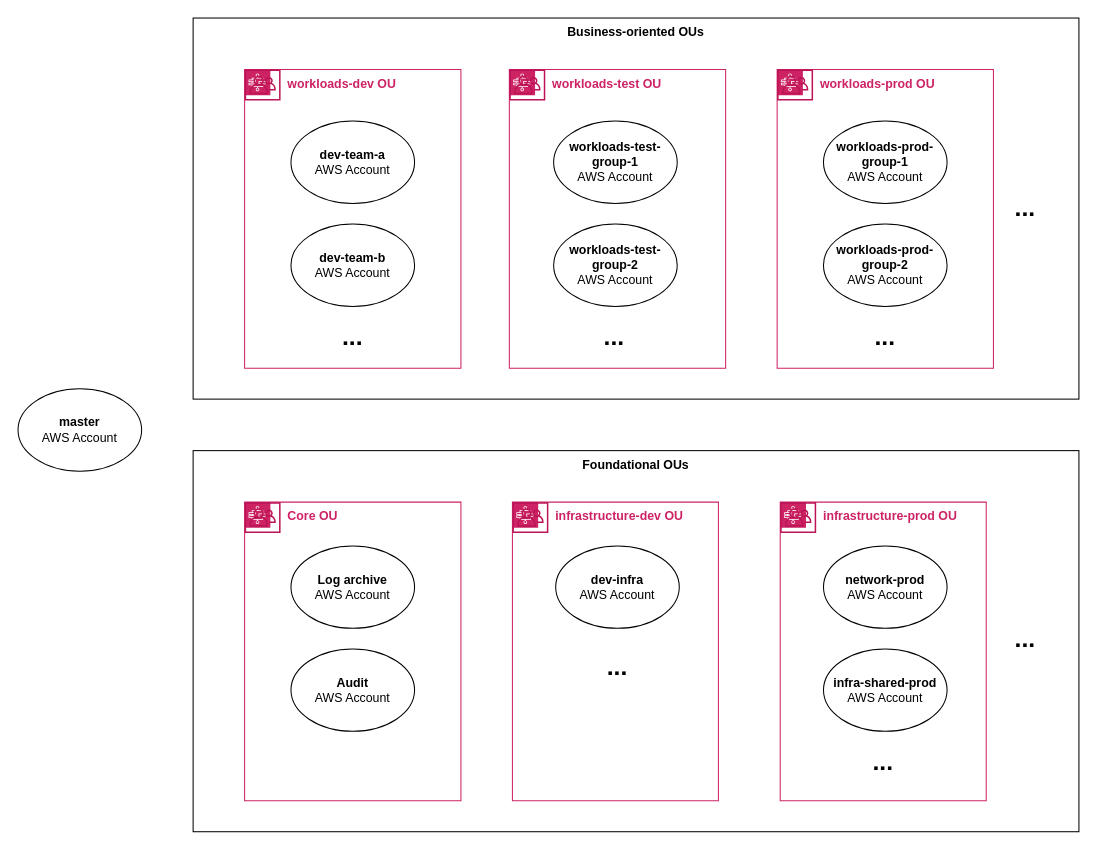
Above: drawings/aws-accounts-ous.drawio in aws-samples/aws-get-started-workshop (draw.io), before the change. Source tidied: cells renumbered, new cells numbered last; positions are measured from the earlier drawing's top-left corner, leaving out a move shared by most shapes. Both pictures are drawn from the tidied source at 103%, with x=0, y=0 at pixel (18, 18).
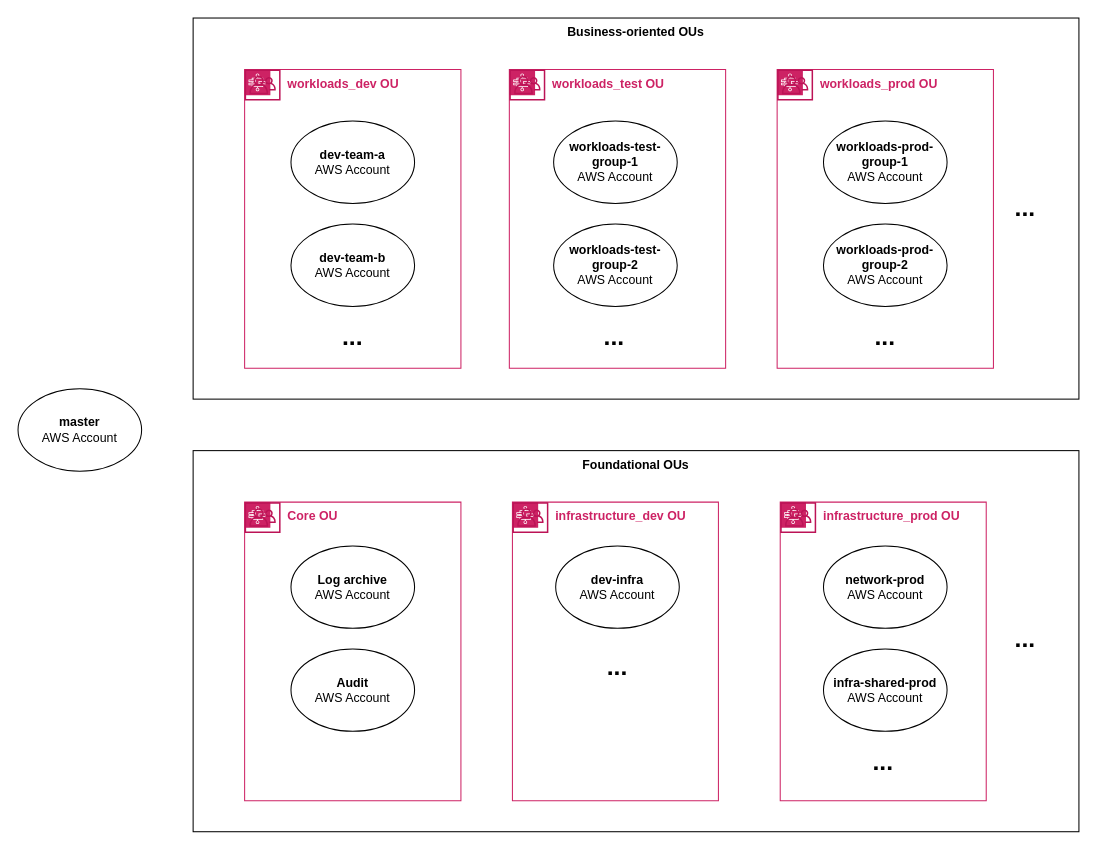
The same page after the edit.

What changed in the source:
```diff
@@
-    <mxCell id="3" value="&amp;nbsp;&amp;nbsp; workloads-prod OU" style="html=1;whiteSpace=wrap;fontSize=12;fontStyle=1;shape=mxgraph.aws4.group;grIcon=mxgraph.aws4.group_aws_step_functions_workflow;verticalAlign=top;align=left;spacingLeft=30;dashed=0;fontColor=#CD2264;strokeColor=#CD2264;gradientColor=none;" parent="1" vertex="1">
+    <mxCell id="3" value="&amp;nbsp;&amp;nbsp; workloads_prod OU" style="html=1;whiteSpace=wrap;fontSize=12;fontStyle=1;shape=mxgraph.aws4.group;grIcon=mxgraph.aws4.group_aws_step_functions_workflow;verticalAlign=top;align=left;spacingLeft=30;dashed=0;fontColor=#CD2264;strokeColor=#CD2264;gradientColor=none;" parent="1" vertex="1">
       <mxGeometry x="737" y="50" width="210" height="290" as="geometry" />
     </mxCell>
-    <mxCell id="4" value="&amp;nbsp;&amp;nbsp; workloads-test OU" style="html=1;whiteSpace=wrap;fontSize=12;fontStyle=1;shape=mxgraph.aws4.group;grIcon=mxgraph.aws4.group_aws_step_functions_workflow;verticalAlign=top;align=left;spacingLeft=30;dashed=0;fontColor=#CD2264;strokeColor=#CD2264;gradientColor=none;" parent="1" vertex="1">
+    <mxCell id="4" value="&amp;nbsp;&amp;nbsp; workloads_test OU" style="html=1;whiteSpace=wrap;fontSize=12;fontStyle=1;shape=mxgraph.aws4.group;grIcon=mxgraph.aws4.group_aws_step_functions_workflow;verticalAlign=top;align=left;spacingLeft=30;dashed=0;fontColor=#CD2264;strokeColor=#CD2264;gradientColor=none;" parent="1" vertex="1">
       <mxGeometry x="477" y="50" width="210" height="290" as="geometry" />
     </mxCell>
@@
-    <mxCell id="7" value="&amp;nbsp;&amp;nbsp; infrastructure-prod OU" style="html=1;whiteSpace=wrap;fontSize=12;fontStyle=1;shape=mxgraph.aws4.group;grIcon=mxgraph.aws4.group_aws_step_functions_workflow;verticalAlign=top;align=left;spacingLeft=30;dashed=0;fontColor=#CD2264;strokeColor=#CD2264;gradientColor=none;" parent="1" vertex="1">
+    <mxCell id="7" value="&amp;nbsp;&amp;nbsp; infrastructure_prod OU" style="html=1;whiteSpace=wrap;fontSize=12;fontStyle=1;shape=mxgraph.aws4.group;grIcon=mxgraph.aws4.group_aws_step_functions_workflow;verticalAlign=top;align=left;spacingLeft=30;dashed=0;fontColor=#CD2264;strokeColor=#CD2264;gradientColor=none;" parent="1" vertex="1">
       <mxGeometry x="740" y="470" width="200" height="290" as="geometry" />
     </mxCell>
@@
-    <mxCell id="24" value="&amp;nbsp;&amp;nbsp; workloads-dev OU" style="html=1;whiteSpace=wrap;fontSize=12;fontStyle=1;shape=mxgraph.aws4.group;grIcon=mxgraph.aws4.group_aws_step_functions_workflow;verticalAlign=top;align=left;spacingLeft=30;dashed=0;fontColor=#CD2264;strokeColor=#CD2264;gradientColor=none;" parent="1" vertex="1">
+    <mxCell id="24" value="&amp;nbsp;&amp;nbsp; workloads_dev OU" style="html=1;whiteSpace=wrap;fontSize=12;fontStyle=1;shape=mxgraph.aws4.group;grIcon=mxgraph.aws4.group_aws_step_functions_workflow;verticalAlign=top;align=left;spacingLeft=30;dashed=0;fontColor=#CD2264;strokeColor=#CD2264;gradientColor=none;" parent="1" vertex="1">
       <mxGeometry x="220" y="50" width="210" height="290" as="geometry" />
     </mxCell>
@@
-    <mxCell id="31" value="&amp;nbsp;&amp;nbsp; infrastructure-dev OU" style="html=1;whiteSpace=wrap;fontSize=12;fontStyle=1;shape=mxgraph.aws4.group;grIcon=mxgraph.aws4.group_aws_step_functions_workflow;verticalAlign=top;align=left;spacingLeft=30;dashed=0;fontColor=#CD2264;strokeColor=#CD2264;gradientColor=none;" parent="1" vertex="1">
+    <mxCell id="31" value="&amp;nbsp;&amp;nbsp; infrastructure_dev OU" style="html=1;whiteSpace=wrap;fontSize=12;fontStyle=1;shape=mxgraph.aws4.group;grIcon=mxgraph.aws4.group_aws_step_functions_workflow;verticalAlign=top;align=left;spacingLeft=30;dashed=0;fontColor=#CD2264;strokeColor=#CD2264;gradientColor=none;" parent="1" vertex="1">
       <mxGeometry x="480" y="470" width="200" height="290" as="geometry" />
     </mxCell>
```
